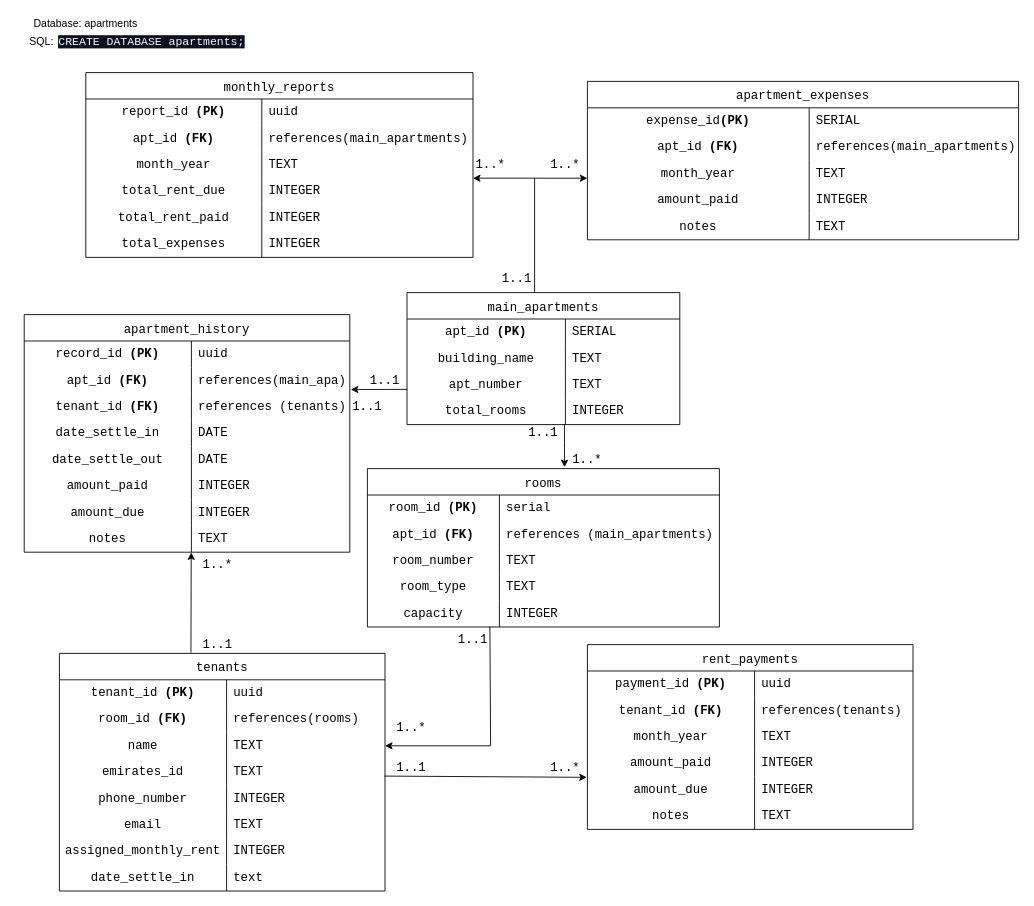
The draw.io diagram server-beta/db/Documentation/Entities.drawio in buudi/system-beta, before the edit. Source tidied: cells renumbered, new cells numbered last; positions are measured from the earlier drawing's top-left corner, leaving out a move shared by most shapes. Both pictures are drawn from the tidied source at 88%, with x=0, y=0 at pixel (15, 15).
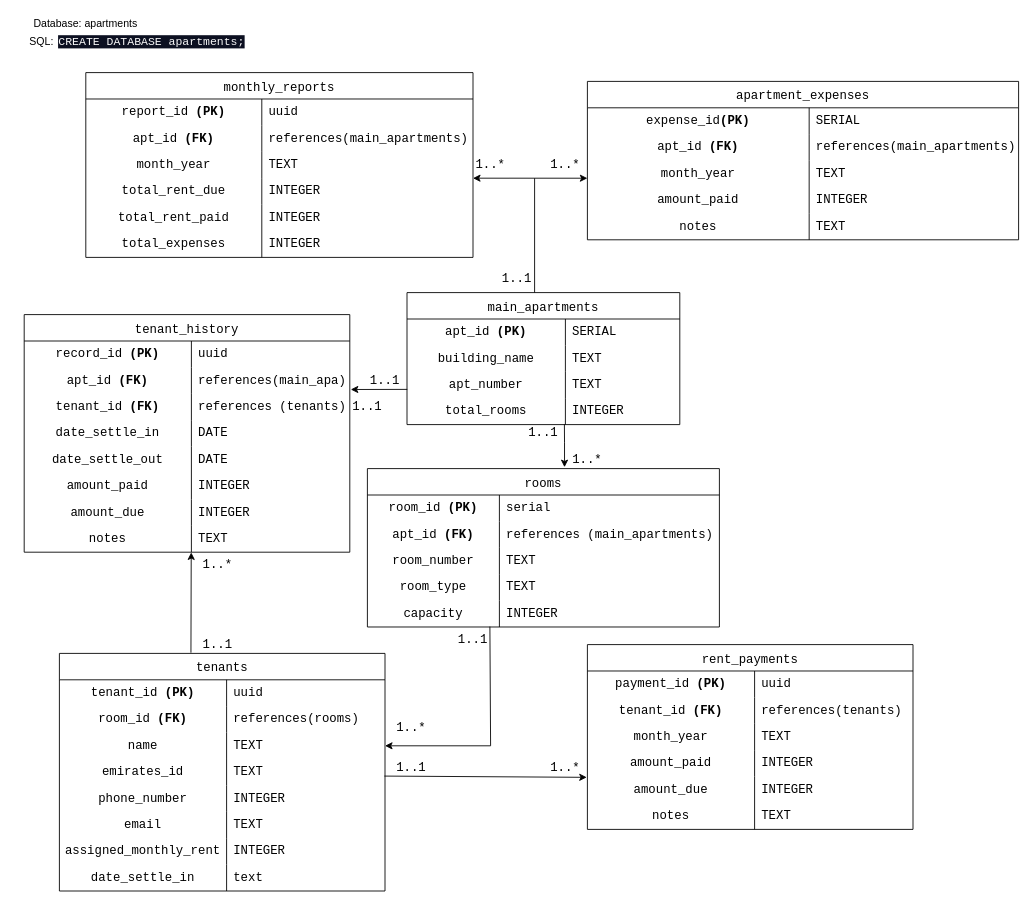
Above is the later version.

Change to the diagram source:
```diff
@@
-    <mxCell id="127" value="apartment_history" style="shape=table;startSize=30;childLayout=tableLayout;rowLines=0;fontStyle=0;strokeColor=default;fontSize=14;fontFamily=Courier New;" parent="1" vertex="1">
+    <mxCell id="127" value="tenant_history" style="shape=table;startSize=30;childLayout=tableLayout;rowLines=0;fontStyle=0;strokeColor=default;fontSize=14;fontFamily=Courier New;" parent="1" vertex="1">
       <mxGeometry x="10" y="340" width="370" height="270" as="geometry" />
     </mxCell>
```
